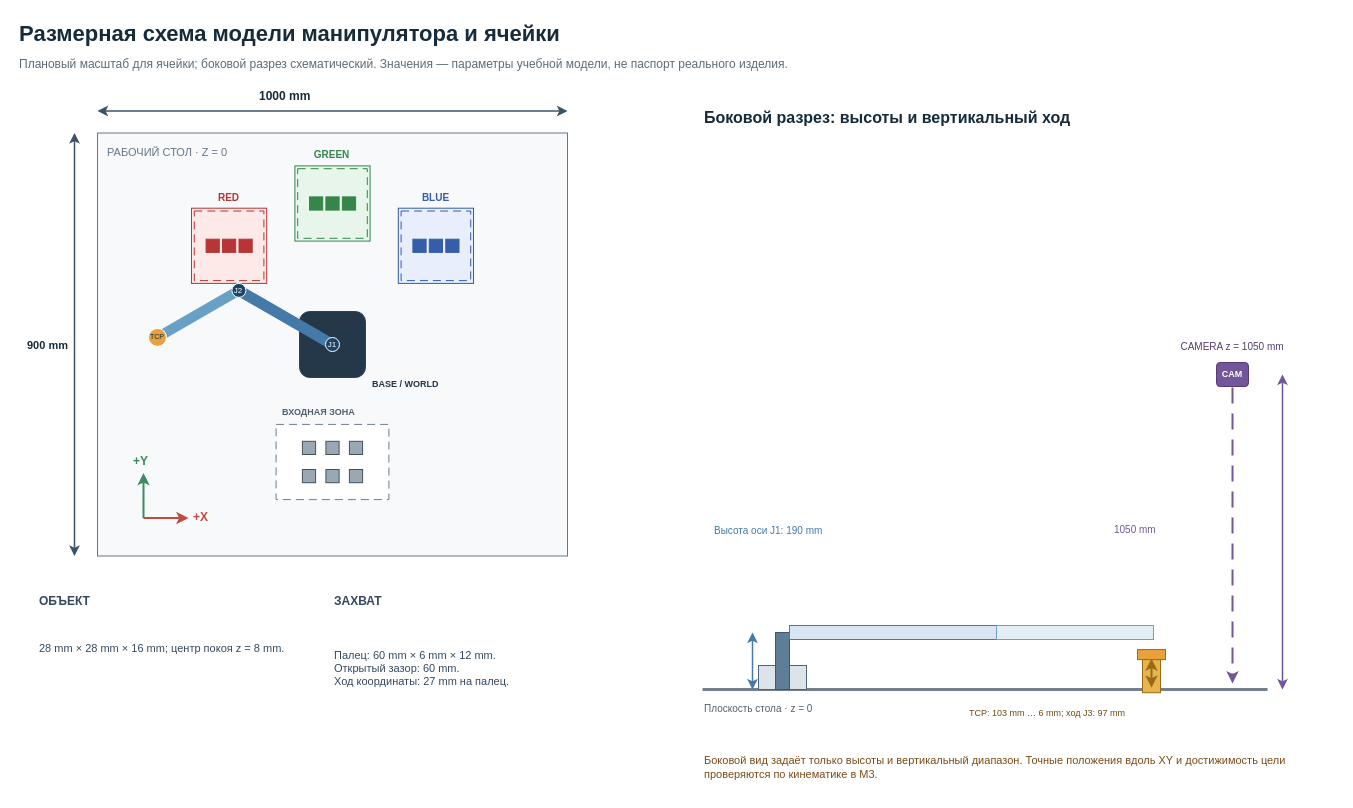
Above: 03_Модель_и_схемы/source/Размерный_вид_M2.drawio in Garun-mp4/kursach-ruslan (draw.io), before the change. Source tidied: cells renumbered, new cells numbered last; positions are measured from the earlier drawing's top-left corner, leaving out a move shared by most shapes. Both pictures are drawn from the tidied source at 100%, with x=0, y=0 at pixel (17, 17).
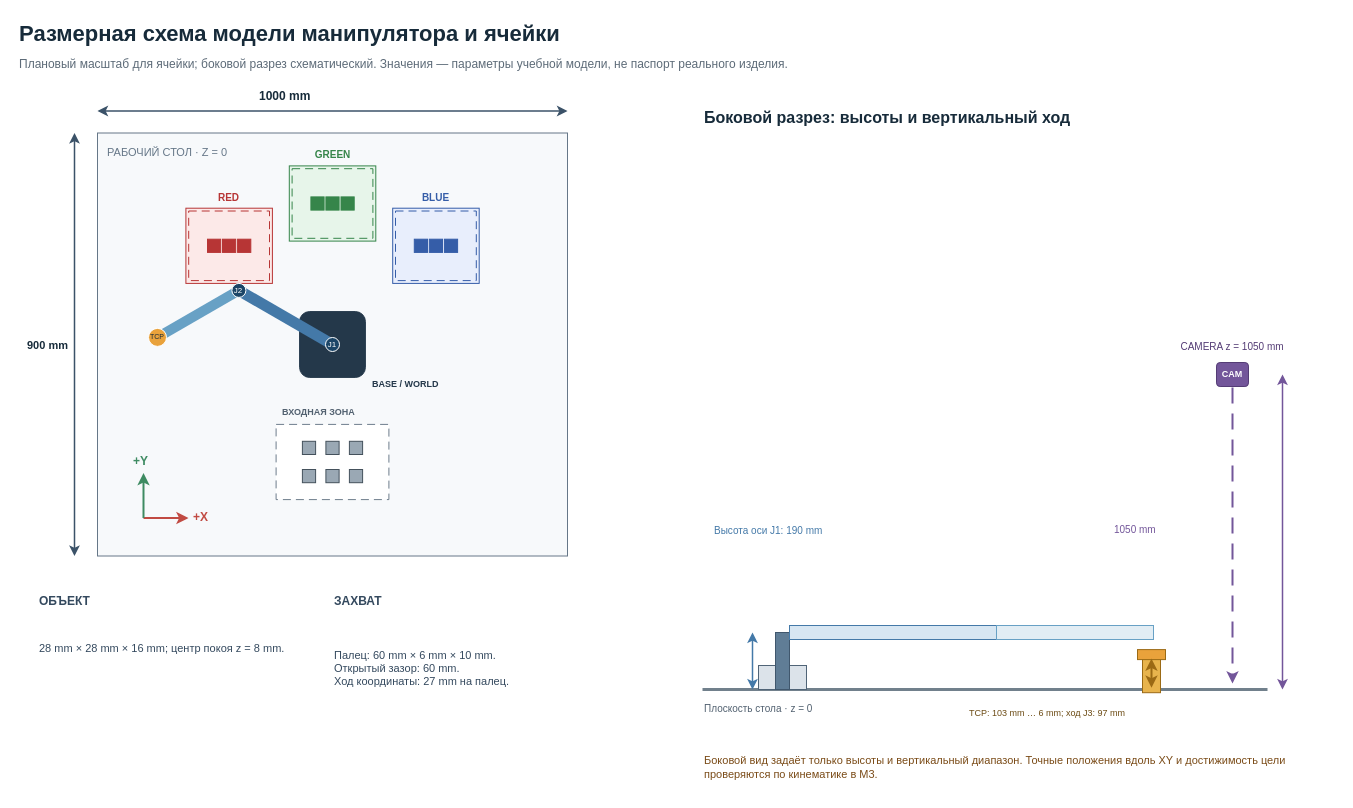
The same diagram, later.

Change to the diagram source:
```diff
@@
     <mxCell id="13" style="shape=rectangle;whiteSpace=wrap;html=1;fillColor=#FCE9E8;strokeColor=#B73535;fontColor=#B73535;fontSize=12;fontFamily=Arial;align=center;verticalAlign=middle;rounded=0;opacity=100;fontStyle=1;" parent="1" vertex="1">
-      <mxGeometry x="174" y="190.7" width="75.2" height="75.2" as="geometry" />
+      <mxGeometry x="168.4" y="190.7" width="86.5" height="75.2" as="geometry" />
     </mxCell>
     <mxCell id="14" value="RED" style="shape=rectangle;whiteSpace=wrap;html=1;fillColor=none;strokeColor=none;fontColor=#B73535;fontSize=10;fontFamily=Arial;align=center;verticalAlign=middle;rounded=0;opacity=100;fontStyle=1;" parent="1" vertex="1">
-      <mxGeometry x="174" y="169.7" width="75.2" height="20" as="geometry" />
+      <mxGeometry x="168.4" y="169.7" width="86.5" height="20" as="geometry" />
     </mxCell>
     <mxCell id="15" style="shape=rectangle;whiteSpace=wrap;html=1;fillColor=none;strokeColor=#B73535;fontColor=#B73535;fontSize=8;fontFamily=Arial;align=center;verticalAlign=middle;rounded=0;opacity=100;dashed=1;dashPattern=8 5;" parent="1" vertex="1">
-      <mxGeometry x="176.8" y="193.5" width="69.6" height="69.6" as="geometry" />
+      <mxGeometry x="171.2" y="193.5" width="80.8" height="69.6" as="geometry" />
     </mxCell>
     <mxCell id="16" style="shape=rectangle;whiteSpace=wrap;html=1;fillColor=#B73535;strokeColor=#B73535;fontColor=#172B3A;fontSize=8;fontFamily=Arial;align=center;verticalAlign=middle;rounded=0;opacity=100;" parent="1" vertex="1">
-      <mxGeometry x="188.6" y="221.7" width="13.2" height="13.2" as="geometry" />
+      <mxGeometry x="190" y="221.7" width="13.2" height="13.2" as="geometry" />
     </mxCell>
@@
     <mxCell id="18" style="shape=rectangle;whiteSpace=wrap;html=1;fillColor=#B73535;strokeColor=#B73535;fontColor=#172B3A;fontSize=8;fontFamily=Arial;align=center;verticalAlign=middle;rounded=0;opacity=100;" parent="1" vertex="1">
-      <mxGeometry x="221.5" y="221.7" width="13.2" height="13.2" as="geometry" />
+      <mxGeometry x="220.1" y="221.7" width="13.2" height="13.2" as="geometry" />
     </mxCell>
     <mxCell id="19" style="shape=rectangle;whiteSpace=wrap;html=1;fillColor=#E7F5EA;strokeColor=#36854A;fontColor=#36854A;fontSize=12;fontFamily=Arial;align=center;verticalAlign=middle;rounded=0;opacity=100;fontStyle=1;" parent="1" vertex="1">
-      <mxGeometry x="277.4" y="148.4" width="75.2" height="75.2" as="geometry" />
+      <mxGeometry x="271.8" y="148.4" width="86.5" height="75.2" as="geometry" />
     </mxCell>
     <mxCell id="20" value="GREEN" style="shape=rectangle;whiteSpace=wrap;html=1;fillColor=none;strokeColor=none;fontColor=#36854A;fontSize=10;fontFamily=Arial;align=center;verticalAlign=middle;rounded=0;opacity=100;fontStyle=1;" parent="1" vertex="1">
-      <mxGeometry x="277.4" y="127.4" width="75.2" height="20" as="geometry" />
+      <mxGeometry x="271.8" y="127.4" width="86.5" height="20" as="geometry" />
     </mxCell>
     <mxCell id="21" style="shape=rectangle;whiteSpace=wrap;html=1;fillColor=none;strokeColor=#36854A;fontColor=#36854A;fontSize=8;fontFamily=Arial;align=center;verticalAlign=middle;rounded=0;opacity=100;dashed=1;dashPattern=8 5;" parent="1" vertex="1">
-      <mxGeometry x="280.2" y="151.2" width="69.6" height="69.6" as="geometry" />
+      <mxGeometry x="274.6" y="151.2" width="80.8" height="69.6" as="geometry" />
     </mxCell>
     <mxCell id="22" style="shape=rectangle;whiteSpace=wrap;html=1;fillColor=#36854A;strokeColor=#36854A;fontColor=#172B3A;fontSize=8;fontFamily=Arial;align=center;verticalAlign=middle;rounded=0;opacity=100;" parent="1" vertex="1">
-      <mxGeometry x="292" y="179.4" width="13.2" height="13.2" as="geometry" />
+      <mxGeometry x="293.4" y="179.4" width="13.2" height="13.2" as="geometry" />
     </mxCell>
@@
     <mxCell id="24" style="shape=rectangle;whiteSpace=wrap;html=1;fillColor=#36854A;strokeColor=#36854A;fontColor=#172B3A;fontSize=8;fontFamily=Arial;align=center;verticalAlign=middle;rounded=0;opacity=100;" parent="1" vertex="1">
-      <mxGeometry x="324.9" y="179.4" width="13.2" height="13.2" as="geometry" />
+      <mxGeometry x="323.5" y="179.4" width="13.2" height="13.2" as="geometry" />
     </mxCell>
     <mxCell id="25" style="shape=rectangle;whiteSpace=wrap;html=1;fillColor=#E8EEFC;strokeColor=#355DA8;fontColor=#355DA8;fontSize=12;fontFamily=Arial;align=center;verticalAlign=middle;rounded=0;opacity=100;fontStyle=1;" parent="1" vertex="1">
-      <mxGeometry x="380.8" y="190.7" width="75.2" height="75.2" as="geometry" />
+      <mxGeometry x="375.2" y="190.7" width="86.5" height="75.2" as="geometry" />
     </mxCell>
     <mxCell id="26" value="BLUE" style="shape=rectangle;whiteSpace=wrap;html=1;fillColor=none;strokeColor=none;fontColor=#355DA8;fontSize=10;fontFamily=Arial;align=center;verticalAlign=middle;rounded=0;opacity=100;fontStyle=1;" parent="1" vertex="1">
-      <mxGeometry x="380.8" y="169.7" width="75.2" height="20" as="geometry" />
+      <mxGeometry x="375.2" y="169.7" width="86.5" height="20" as="geometry" />
     </mxCell>
     <mxCell id="27" style="shape=rectangle;whiteSpace=wrap;html=1;fillColor=none;strokeColor=#355DA8;fontColor=#355DA8;fontSize=8;fontFamily=Arial;align=center;verticalAlign=middle;rounded=0;opacity=100;dashed=1;dashPattern=8 5;" parent="1" vertex="1">
-      <mxGeometry x="383.6" y="193.5" width="69.6" height="69.6" as="geometry" />
+      <mxGeometry x="378" y="193.5" width="80.8" height="69.6" as="geometry" />
     </mxCell>
     <mxCell id="28" style="shape=rectangle;whiteSpace=wrap;html=1;fillColor=#355DA8;strokeColor=#355DA8;fontColor=#172B3A;fontSize=8;fontFamily=Arial;align=center;verticalAlign=middle;rounded=0;opacity=100;" parent="1" vertex="1">
-      <mxGeometry x="395.4" y="221.7" width="13.2" height="13.2" as="geometry" />
+      <mxGeometry x="396.8" y="221.7" width="13.2" height="13.2" as="geometry" />
     </mxCell>
@@
     <mxCell id="30" style="shape=rectangle;whiteSpace=wrap;html=1;fillColor=#355DA8;strokeColor=#355DA8;fontColor=#172B3A;fontSize=8;fontFamily=Arial;align=center;verticalAlign=middle;rounded=0;opacity=100;" parent="1" vertex="1">
-      <mxGeometry x="428.3" y="221.7" width="13.2" height="13.2" as="geometry" />
+      <mxGeometry x="426.9" y="221.7" width="13.2" height="13.2" as="geometry" />
     </mxCell>
@@
-    <mxCell id="49" value="Палец: 60 mm × 6 mm × 12 mm.&#10;Открытый зазор: 60 mm.&#10;Ход координаты: 27 mm на палец." style="shape=rectangle;whiteSpace=wrap;html=1;fillColor=none;strokeColor=none;fontColor=#34495E;fontSize=11;fontFamily=Arial;align=left;verticalAlign=middle;rounded=0;opacity=100;" parent="1" vertex="1">
+    <mxCell id="49" value="Палец: 60 mm × 6 mm × 10 mm.&#10;Открытый зазор: 60 mm.&#10;Ход координаты: 27 mm на палец." style="shape=rectangle;whiteSpace=wrap;html=1;fillColor=none;strokeColor=none;fontColor=#34495E;fontSize=11;fontFamily=Arial;align=left;verticalAlign=middle;rounded=0;opacity=100;" parent="1" vertex="1">
       <mxGeometry x="315" y="598" width="300" height="105" as="geometry" />
     </mxCell>
```
